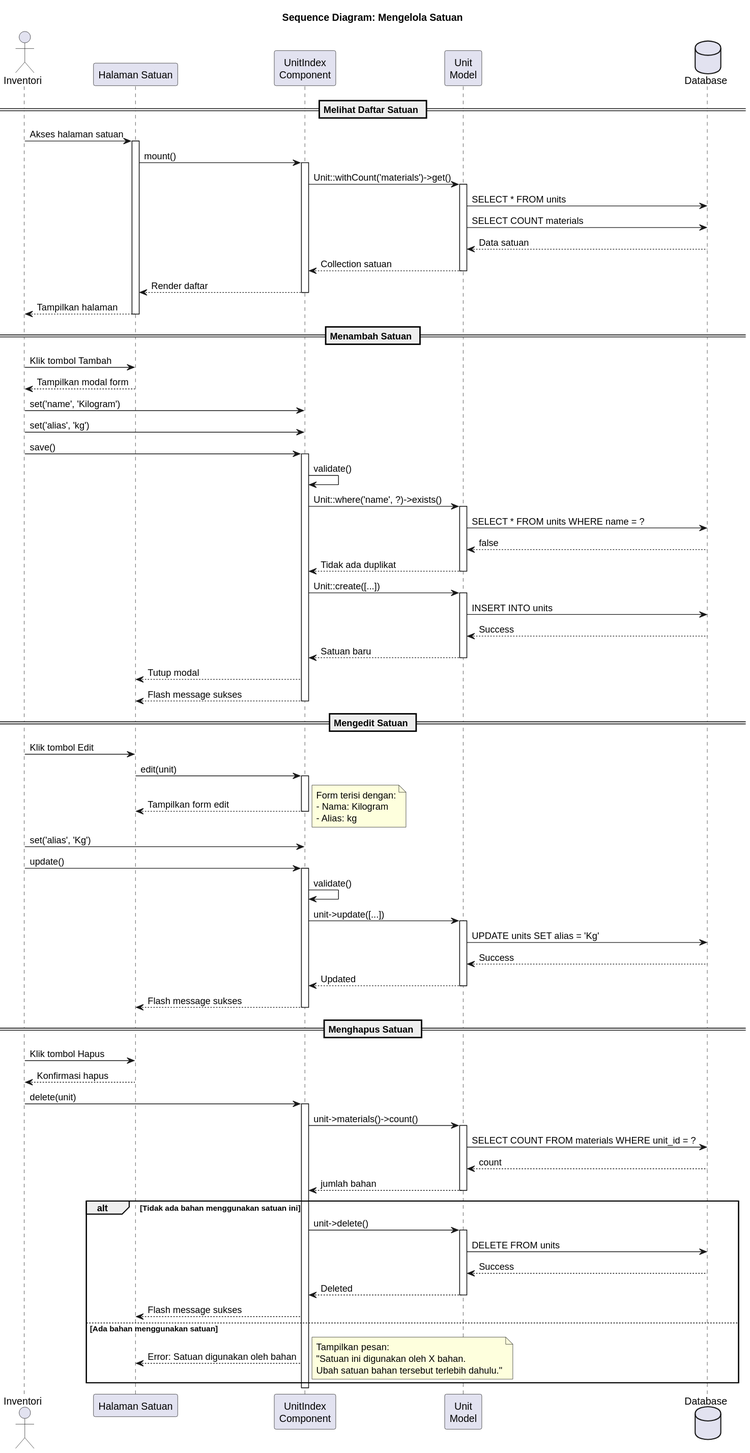
This is docs/diagrams/svg/sequence/Sequence Diagram - Mengelola Satuan.svg from pawon3d/pawon3d, a PlantUML export, as it was before one commit.
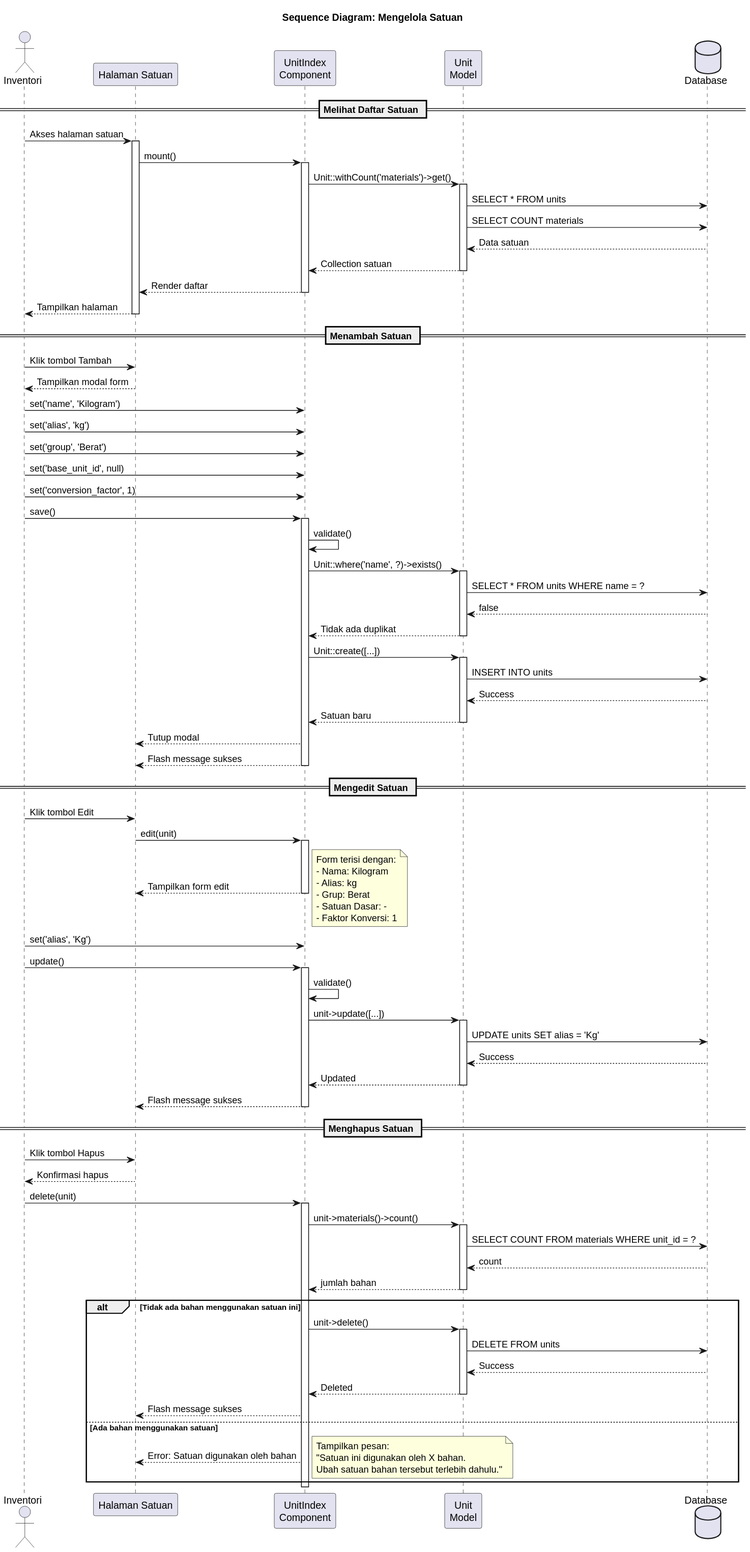
Above is the later version.

The edit, as a diff of the source:
```diff
@@ -31,6 +31,9 @@
 H --> I: Tampilkan modal form
 I -> U: set('name', 'Kilogram')
 I -> U: set('alias', 'kg')
+I -> U: set('group', 'Berat')
+I -> U: set('base_unit_id', null)
+I -> U: set('conversion_factor', 1)
 I -> U: save()
 activate U
 U -> U: validate()
@@ -63,6 +66,9 @@
   Form terisi dengan:
   - Nama: Kilogram
   - Alias: kg
+  - Grup: Berat
+  - Satuan Dasar: -
+  - Faktor Konversi: 1
 end note
 
 I -> U: set('alias', 'Kg')
```
